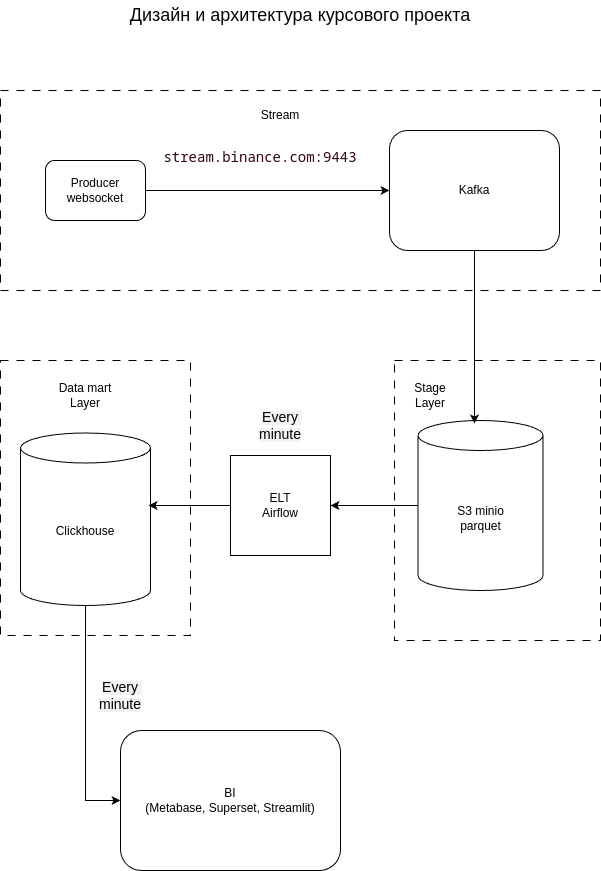
Earlier version of the draw.io export docs/arhitecture.png (netart-studio/otus_de_project). Source tidied: cells renumbered, new cells last; positions are measured from the earlier drawing's top-left corner, leaving out a move shared by most shapes.
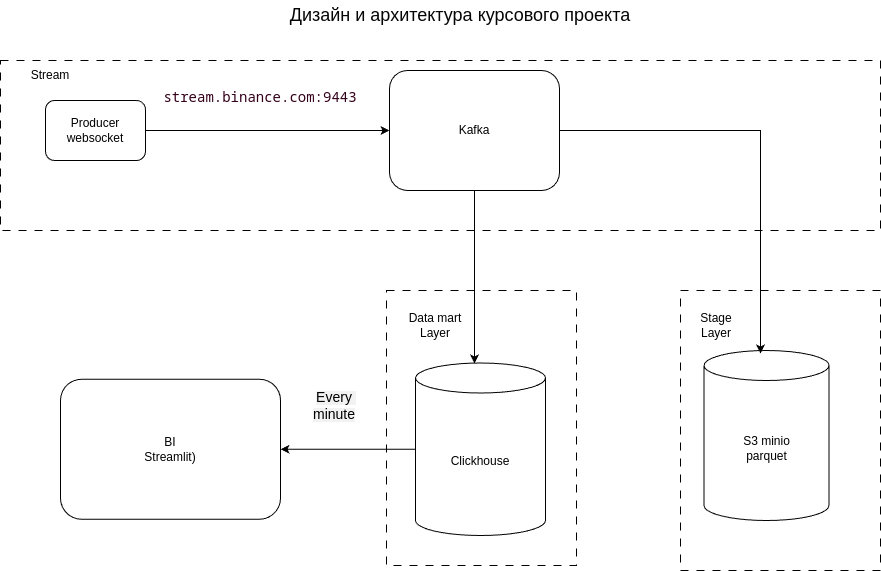
The same file after the commit.

Commit message:
Добавил скриншоты, добновлюнную диаграмму архитектуры. презентацию и видео демонстрацию.

Diff of the diagram source:
```diff
@@ -3,19 +3,16 @@
     <mxCell id="0" />
     <mxCell id="1" parent="0" />
     <mxCell id="2" style="rounded=0;whiteSpace=wrap;html=1;dashed=1;dashPattern=8 8;" parent="1" vertex="1">
-      <mxGeometry y="360" width="190" height="275" as="geometry" />
+      <mxGeometry x="386" y="350" width="190" height="275" as="geometry" />
     </mxCell>
     <mxCell id="3" style="rounded=0;whiteSpace=wrap;html=1;dashed=1;dashPattern=8 8;" parent="1" vertex="1">
-      <mxGeometry y="90" width="600" height="200" as="geometry" />
+      <mxGeometry y="120" width="880" height="170" as="geometry" />
     </mxCell>
     <mxCell id="4" style="rounded=0;whiteSpace=wrap;html=1;dashed=1;dashPattern=8 8;" parent="1" vertex="1">
-      <mxGeometry x="394" y="360" width="206" height="280" as="geometry" />
+      <mxGeometry x="680" y="350" width="200" height="280" as="geometry" />
     </mxCell>
-    <mxCell id="5" style="edgeStyle=orthogonalEdgeStyle;rounded=0;jettySize=auto;html=1;" parent="1" edge="1" source="6" target="9">
-      <mxGeometry relative="1" as="geometry" />
-    </mxCell>
     <mxCell id="6" value="S3 minio&lt;div&gt;parquet&lt;/div&gt;" style="shape=cylinder3;whiteSpace=wrap;html=1;boundedLbl=1;backgroundOutline=1;size=15;" parent="1" vertex="1">
-      <mxGeometry x="417.5" y="420" width="125" height="170" as="geometry" />
+      <mxGeometry x="703.5" y="410" width="125" height="170" as="geometry" />
     </mxCell>
     <mxCell id="7" style="edgeStyle=orthogonalEdgeStyle;rounded=0;jettySize=auto;html=1;entryX=0;entryY=0.5;entryDx=0;entryDy=0;" parent="1" edge="1" source="8" target="15">
       <mxGeometry relative="1" as="geometry" />
@@ -23,47 +20,41 @@
     <mxCell id="8" value="Producer&lt;div&gt;websocket&lt;/div&gt;" style="rounded=1;whiteSpace=wrap;html=1;" parent="1" vertex="1">
       <mxGeometry x="45" y="160" width="100" height="60" as="geometry" />
     </mxCell>
-    <mxCell id="9" value="ELT&lt;div&gt;Airflow&lt;/div&gt;" style="whiteSpace=wrap;html=1;" parent="1" vertex="1">
-      <mxGeometry x="230" y="455" width="100" height="100" as="geometry" />
-    </mxCell>
-    <mxCell id="10" style="edgeStyle=orthogonalEdgeStyle;rounded=0;jettySize=auto;html=1;entryX=0;entryY=0.5;entryDx=0;entryDy=0;" parent="1" edge="1" source="11" target="22">
+    <mxCell id="10" style="edgeStyle=orthogonalEdgeStyle;rounded=0;jettySize=auto;html=1;exitX=0;exitY=0.5;exitDx=0;exitDy=0;exitPerimeter=0;" parent="1" edge="1" source="11" target="22">
       <mxGeometry relative="1" as="geometry" />
     </mxCell>
     <mxCell id="11" value="Clickhouse" style="shape=cylinder3;whiteSpace=wrap;html=1;boundedLbl=1;backgroundOutline=1;size=15;" parent="1" vertex="1">
-      <mxGeometry x="20" y="432.5" width="130" height="172.5" as="geometry" />
+      <mxGeometry x="415" y="422.5" width="130" height="172.5" as="geometry" />
     </mxCell>
     <mxCell id="12" value="&lt;span style=&quot;color: rgb(5, 5, 5); font-family: Roboto, sans-serif; font-size: 18px; text-align: start;&quot;&gt;Дизайн и архитектура курсового проекта&lt;/span&gt;" style="text;html=1;align=center;verticalAlign=middle;whiteSpace=wrap;rounded=0;" parent="1" vertex="1">
-      <mxGeometry x="70" width="460" height="30" as="geometry" />
+      <mxGeometry x="230" y="60" width="460" height="30" as="geometry" />
     </mxCell>
     <mxCell id="13" value="Stage Layer" style="text;html=1;align=center;verticalAlign=middle;whiteSpace=wrap;rounded=0;" parent="1" vertex="1">
-      <mxGeometry x="400" y="380" width="60" height="30" as="geometry" />
+      <mxGeometry x="686" y="370" width="60" height="30" as="geometry" />
     </mxCell>
     <mxCell id="14" value="Stream" style="text;html=1;align=center;verticalAlign=middle;whiteSpace=wrap;rounded=0;" parent="1" vertex="1">
-      <mxGeometry x="250" y="100" width="60" height="30" as="geometry" />
+      <mxGeometry x="20" y="120" width="60" height="30" as="geometry" />
     </mxCell>
     <mxCell id="15" value="Kafka" style="rounded=1;whiteSpace=wrap;html=1;" parent="1" vertex="1">
       <mxGeometry x="389" y="130" width="170" height="120" as="geometry" />
     </mxCell>
-    <mxCell id="16" style="edgeStyle=orthogonalEdgeStyle;rounded=0;jettySize=auto;html=1;exitX=0;exitY=0.5;exitDx=0;exitDy=0;entryX=0.985;entryY=0.42;entryDx=0;entryDy=0;entryPerimeter=0;" parent="1" edge="1" source="9" target="11">
-      <mxGeometry relative="1" as="geometry" />
-    </mxCell>
     <mxCell id="17" value="Data mart Layer" style="text;html=1;align=center;verticalAlign=middle;whiteSpace=wrap;rounded=0;" parent="1" vertex="1">
-      <mxGeometry x="50" y="380" width="70" height="30" as="geometry" />
+      <mxGeometry x="400" y="370" width="70" height="30" as="geometry" />
     </mxCell>
     <mxCell id="18" value="&lt;div style=&quot;font-family: &amp;quot;Droid Sans Mono&amp;quot;, &amp;quot;monospace&amp;quot;, monospace; font-size: 14px; line-height: 19px; white-space: pre;&quot;&gt;&lt;span style=&quot;&quot;&gt;stream.binance.com:9443&lt;/span&gt;&lt;/div&gt;&lt;div style=&quot;font-family: &amp;quot;Droid Sans Mono&amp;quot;, &amp;quot;monospace&amp;quot;, monospace; font-size: 14px; line-height: 19px; white-space: pre;&quot;&gt;&lt;span style=&quot;&quot;&gt;&lt;br&gt;&lt;/span&gt;&lt;/div&gt;" style="text;html=1;align=center;verticalAlign=middle;whiteSpace=wrap;rounded=0;fontColor=#33001A;" parent="1" vertex="1">
       <mxGeometry x="230" y="150" width="60" height="30" as="geometry" />
     </mxCell>
-    <mxCell id="19" value="&lt;span style=&quot;font-family: &amp;quot;YS Text&amp;quot;, -apple-system, BlinkMacSystemFont, Arial, Helvetica, &amp;quot;Arial Unicode MS&amp;quot;, sans-serif; text-align: start; white-space-collapse: preserve; background-color: rgba(0, 0, 0, 0.05);&quot;&gt;&lt;font style=&quot;font-size: 14px;&quot;&gt;Every minute&lt;/font&gt;&lt;/span&gt;" style="text;html=1;align=center;verticalAlign=middle;whiteSpace=wrap;rounded=0;" parent="1" vertex="1">
-      <mxGeometry x="250" y="410" width="60" height="30" as="geometry" />
-    </mxCell>
     <mxCell id="20" value="&lt;span style=&quot;font-family: &amp;quot;YS Text&amp;quot;, -apple-system, BlinkMacSystemFont, Arial, Helvetica, &amp;quot;Arial Unicode MS&amp;quot;, sans-serif; text-align: start; white-space-collapse: preserve; background-color: rgba(0, 0, 0, 0.05);&quot;&gt;&lt;font style=&quot;font-size: 14px;&quot;&gt;Every minute&lt;/font&gt;&lt;/span&gt;" style="text;html=1;align=center;verticalAlign=middle;whiteSpace=wrap;rounded=0;" parent="1" vertex="1">
-      <mxGeometry x="90" y="680" width="60" height="30" as="geometry" />
+      <mxGeometry x="304" y="450" width="60" height="30" as="geometry" />
     </mxCell>
     <mxCell id="21" style="edgeStyle=orthogonalEdgeStyle;rounded=0;jettySize=auto;html=1;entryX=0.452;entryY=0.018;entryDx=0;entryDy=0;entryPerimeter=0;" parent="1" edge="1" source="15" target="6">
       <mxGeometry relative="1" as="geometry" />
     </mxCell>
-    <mxCell id="22" value="BI&lt;div&gt;(Metabase,&amp;nbsp;&lt;span style=&quot;background-color: transparent; color: light-dark(rgb(0, 0, 0), rgb(255, 255, 255));&quot;&gt;Superset,&amp;nbsp;&lt;/span&gt;&lt;span style=&quot;background-color: transparent; color: light-dark(rgb(0, 0, 0), rgb(255, 255, 255));&quot;&gt;Streamlit)&lt;/span&gt;&lt;/div&gt;" style="rounded=1;whiteSpace=wrap;html=1;" parent="1" vertex="1">
-      <mxGeometry x="120" y="730" width="220" height="140" as="geometry" />
+    <mxCell id="22" value="BI&lt;div&gt;&lt;span style=&quot;background-color: transparent; color: light-dark(rgb(0, 0, 0), rgb(255, 255, 255));&quot;&gt;Streamlit)&lt;/span&gt;&lt;/div&gt;" style="rounded=1;whiteSpace=wrap;html=1;" parent="1" vertex="1">
+      <mxGeometry x="60" y="438.8" width="220" height="140" as="geometry" />
     </mxCell>
+    <mxCell id="23" style="edgeStyle=orthogonalEdgeStyle;rounded=0;jettySize=auto;html=1;entryX=0.454;entryY=0.003;entryDx=0;entryDy=0;entryPerimeter=0;" parent="1" edge="1" source="15" target="11">
+      <mxGeometry relative="1" as="geometry" />
+    </mxCell>
   </root>
 </mxGraphModel>
```
